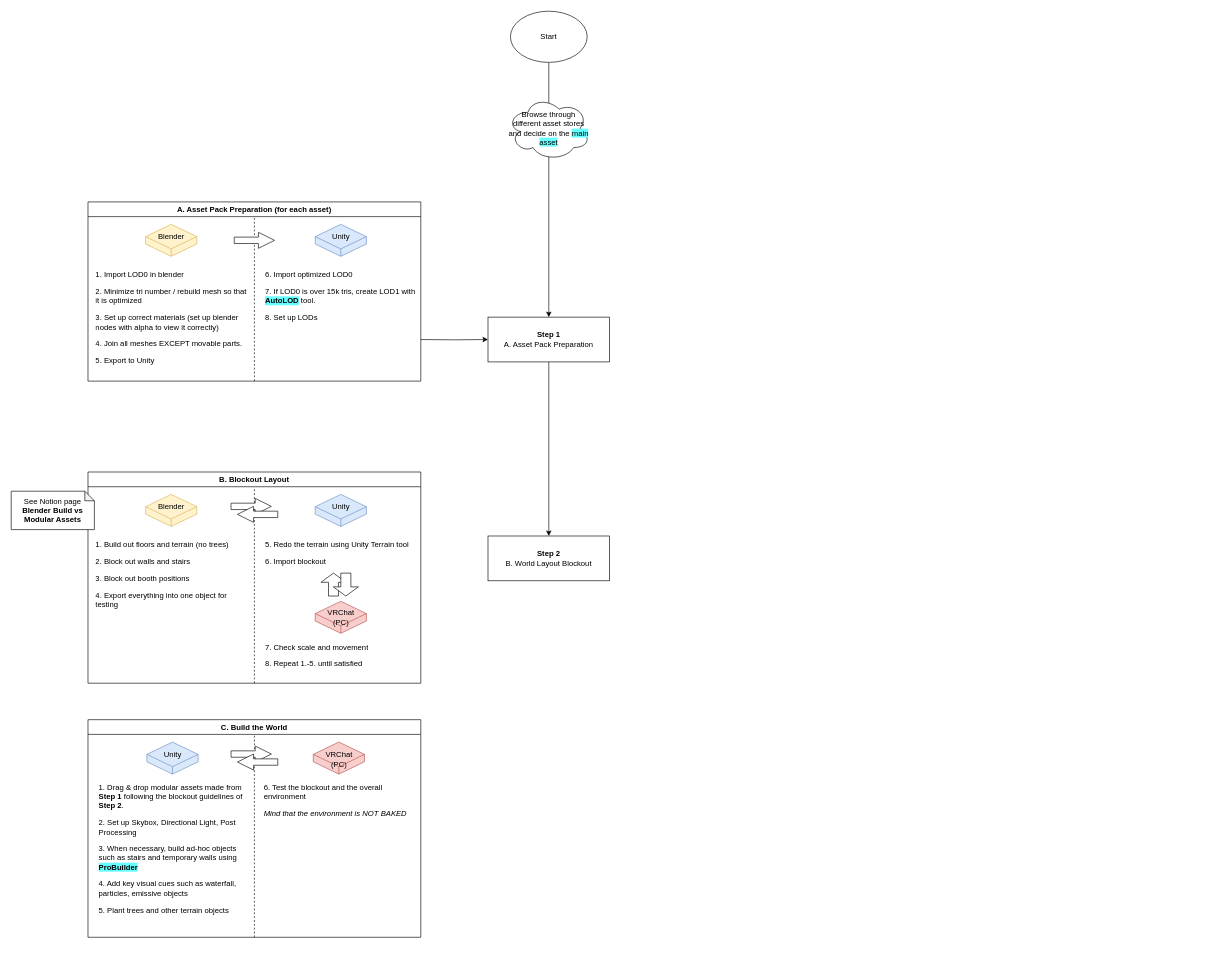
Earlier version of the draw.io diagram Avifair Workflow.drawio (Avifair/Diagram). Source tidied: cells renumbered, new cells numbered last; positions are measured from the earlier drawing's top-left corner, leaving out a move shared by most shapes. Both pictures are drawn from the tidied source at 64%, with x=0, y=0 at pixel (11, 11).
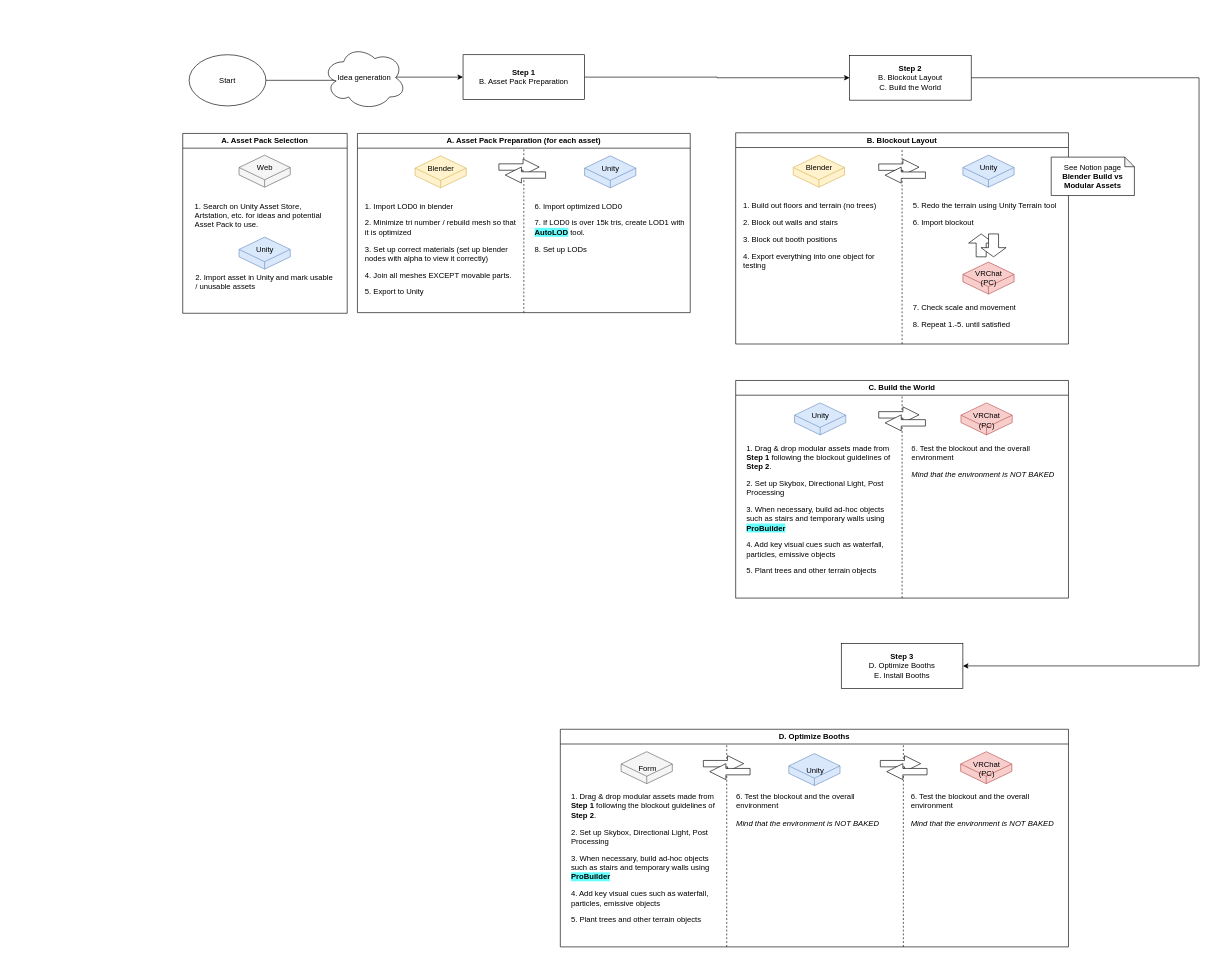
The same page after the edit.

Diff of the diagram source:
```diff
@@
-    <mxCell id="2" style="edgeStyle=orthogonalEdgeStyle;rounded=0;jettySize=auto;html=1;entryX=0.5;entryY=0;entryDx=0;entryDy=0;" parent="1" edge="1" source="3" target="5">
+    <mxCell id="2" style="edgeStyle=orthogonalEdgeStyle;rounded=0;jettySize=auto;html=1;entryX=0;entryY=0.5;entryDx=0;entryDy=0;" parent="1" edge="1" source="3" target="5">
       <mxGeometry relative="1" as="geometry" />
     </mxCell>
     <mxCell id="3" value="Start" style="ellipse;whiteSpace=wrap;html=1;" parent="1" vertex="1">
-      <mxGeometry x="780" width="120" height="80" as="geometry" />
+      <mxGeometry x="278" y="68" width="120" height="80" as="geometry" />
     </mxCell>
-    <mxCell id="4" style="edgeStyle=orthogonalEdgeStyle;rounded=0;jettySize=auto;html=1;" parent="1" edge="1" source="5" target="7">
+    <mxCell id="4" style="edgeStyle=orthogonalEdgeStyle;rounded=0;jettySize=auto;html=1;exitX=1;exitY=0.5;exitDx=0;exitDy=0;entryX=0;entryY=0.5;entryDx=0;entryDy=0;" parent="1" edge="1" source="5" target="7">
       <mxGeometry relative="1" as="geometry" />
     </mxCell>
-    <mxCell id="5" value="&lt;b&gt;Step 1&lt;/b&gt;&lt;div&gt;A. Asset Pack Preparation&lt;/div&gt;" style="whiteSpace=wrap;html=1;" parent="1" vertex="1">
-      <mxGeometry x="745" y="478" width="190" height="70" as="geometry" />
+    <mxCell id="5" value="&lt;b&gt;Step 1&lt;/b&gt;&lt;div&gt;B. Asset Pack Preparation&lt;/div&gt;" style="whiteSpace=wrap;html=1;" parent="1" vertex="1">
+      <mxGeometry x="706" y="68" width="190" height="70" as="geometry" />
     </mxCell>
-    <mxCell id="6" value="&lt;font style=&quot;font-size: 12px;&quot;&gt;Browse through different asset stores and decide on the &lt;span style=&quot;background-color: rgb(102, 255, 255);&quot;&gt;main asset&lt;/span&gt;&lt;/font&gt;" style="ellipse;shape=cloud;whiteSpace=wrap;html=1;" parent="1" vertex="1">
-      <mxGeometry x="775" y="133" width="130" height="100" as="geometry" />
-    </mxCell>
+    <mxCell id="51" style="edgeStyle=orthogonalEdgeStyle;rounded=0;jettySize=auto;html=1;exitX=1;exitY=0.5;exitDx=0;exitDy=0;entryX=1;entryY=0.5;entryDx=0;entryDy=0;" parent="1" edge="1" source="7" target="55">
+      <mxGeometry relative="1" as="geometry">
+        <Array as="points">
+          <mxPoint x="1856" y="104" />
+          <mxPoint x="1856" y="1023" />
+        </Array>
+      </mxGeometry>
+    </mxCell>
-    <mxCell id="7" value="&lt;b&gt;Step 2&lt;/b&gt;&lt;div&gt;B. World Layout Blockout&lt;/div&gt;" style="whiteSpace=wrap;html=1;" parent="1" vertex="1">
-      <mxGeometry x="745" y="820" width="190" height="70" as="geometry" />
+    <mxCell id="7" value="&lt;b&gt;Step 2&lt;/b&gt;&lt;div&gt;B. Blockout Layout&lt;/div&gt;&lt;div&gt;C. Build the World&lt;/div&gt;" style="whiteSpace=wrap;html=1;" parent="1" vertex="1">
+      <mxGeometry x="1310" y="69" width="190" height="70" as="geometry" />
     </mxCell>
-    <mxCell id="8" style="edgeStyle=orthogonalEdgeStyle;rounded=0;jettySize=auto;html=1;entryX=0;entryY=0.5;entryDx=0;entryDy=0;" parent="1" edge="1" target="5">
-      <mxGeometry relative="1" as="geometry">
-        <mxPoint x="640" y="513" as="sourcePoint" />
-      </mxGeometry>
-    </mxCell>
     <mxCell id="9" value="A. Asset Pack Preparation (for each asset)" style="swimlane;whiteSpace=wrap;html=1;fillColor=default;" parent="1" vertex="1">
-      <mxGeometry x="120" y="298" width="520" height="280" as="geometry" />
+      <mxGeometry x="541" y="191" width="520" height="280" as="geometry" />
     </mxCell>
@@
-    <mxCell id="13" style="shape=singleArrow;whiteSpace=wrap;html=1;arrowWidth=0.4;arrowSize=0.4;" parent="9" vertex="1">
-      <mxGeometry x="228.5" y="47.5" width="63" height="25" as="geometry" />
-    </mxCell>
@@
+    <mxCell id="52" style="group;" parent="9" vertex="1">
+      <mxGeometry x="221" y="40" width="73" height="37.5" as="geometry" />
+    </mxCell>
+    <mxCell id="53" style="shape=singleArrow;whiteSpace=wrap;html=1;arrowWidth=0.4;arrowSize=0.4;" parent="52" vertex="1">
+      <mxGeometry width="63" height="25" as="geometry" />
+    </mxCell>
+    <mxCell id="54" style="shape=singleArrow;whiteSpace=wrap;html=1;arrowWidth=0.4;arrowSize=0.4;rotation=-180;" parent="52" vertex="1">
+      <mxGeometry x="10" y="12.5" width="63" height="25" as="geometry" />
+    </mxCell>
     <mxCell id="18" value="B. Blockout Layout" style="swimlane;whiteSpace=wrap;html=1;fillColor=default;" parent="1" vertex="1">
-      <mxGeometry x="120" y="720" width="520" height="330" as="geometry" />
+      <mxGeometry x="1132" y="190" width="520" height="330" as="geometry" />
     </mxCell>
@@
     <mxCell id="37" value="See Notion page&lt;div&gt;&lt;b&gt;Blender Build vs Modular Assets&lt;/b&gt;&lt;/div&gt;" style="shape=note;whiteSpace=wrap;html=1;backgroundOutline=1;darkOpacity=0.05;size=15;" parent="1" vertex="1">
-      <mxGeometry y="750" width="130" height="60" as="geometry" />
+      <mxGeometry x="1625" y="228" width="130" height="60" as="geometry" />
     </mxCell>
     <mxCell id="38" value="C. Build the World" style="swimlane;whiteSpace=wrap;html=1;fillColor=default;startSize=23;" parent="1" vertex="1">
-      <mxGeometry x="120" y="1107" width="520" height="340" as="geometry" />
+      <mxGeometry x="1132" y="577" width="520" height="340" as="geometry" />
     </mxCell>
@@
+    <mxCell id="55" value="&lt;b&gt;Step 3&lt;/b&gt;&lt;div&gt;D. Optimize Booths&lt;/div&gt;&lt;div&gt;E. Install Booths&lt;/div&gt;" style="whiteSpace=wrap;html=1;" parent="1" vertex="1">
+      <mxGeometry x="1297" y="988" width="190" height="70" as="geometry" />
+    </mxCell>
+    <mxCell id="6" value="Idea generation" style="ellipse;shape=cloud;whiteSpace=wrap;html=1;" parent="1" vertex="1">
+      <mxGeometry x="487" y="54" width="130" height="100" as="geometry" />
+    </mxCell>
+    <mxCell id="56" value="D. Optimize Booths" style="swimlane;whiteSpace=wrap;html=1;fillColor=default;startSize=23;" parent="1" vertex="1">
+      <mxGeometry x="858" y="1122" width="794" height="340" as="geometry" />
+    </mxCell>
+    <mxCell id="57" style="endArrow=none;dashed=1;html=1;rounded=0;" parent="56" edge="1">
+      <mxGeometry relative="1" as="geometry">
+        <mxPoint x="260" y="340" as="sourcePoint" />
+        <mxPoint x="260" y="23" as="targetPoint" />
+      </mxGeometry>
+    </mxCell>
+    <mxCell id="58" style="group;" parent="56" vertex="1">
+      <mxGeometry x="223.5" y="41.2" width="73" height="37.5" as="geometry" />
+    </mxCell>
+    <mxCell id="59" style="shape=singleArrow;whiteSpace=wrap;html=1;arrowWidth=0.4;arrowSize=0.4;" parent="58" vertex="1">
+      <mxGeometry width="63" height="25" as="geometry" />
+    </mxCell>
+    <mxCell id="60" style="shape=singleArrow;whiteSpace=wrap;html=1;arrowWidth=0.4;arrowSize=0.4;rotation=-180;" parent="58" vertex="1">
+      <mxGeometry x="10" y="12.5" width="63" height="25" as="geometry" />
+    </mxCell>
+    <mxCell id="61" value="&lt;p style=&quot;margin-top: 0px;&quot;&gt;1. Drag &amp;amp; drop modular assets made from &lt;b&gt;Step 1 &lt;/b&gt;following the blockout guidelines of &lt;b&gt;Step 2&lt;/b&gt;.&lt;/p&gt;&lt;p style=&quot;margin-top: 0px;&quot;&gt;2. Set up Skybox, Directional Light, Post Processing&lt;/p&gt;&lt;p style=&quot;margin-top: 0px;&quot;&gt;3. When necessary, build ad-hoc objects such as stairs and temporary walls using &lt;b style=&quot;background-color: rgb(102, 255, 255);&quot;&gt;ProBuilder&lt;/b&gt;&lt;/p&gt;&lt;p style=&quot;margin-top: 0px;&quot;&gt;4. Add key visual cues such as waterfall, particles, emissive objects&lt;/p&gt;&lt;p style=&quot;margin-top: 0px;&quot;&gt;5. Plant trees and other terrain objects&lt;/p&gt;" style="text;html=1;whiteSpace=wrap;overflow=hidden;rounded=0;" parent="56" vertex="1">
+      <mxGeometry x="15" y="92" width="240" height="222" as="geometry" />
+    </mxCell>
+    <mxCell id="62" value="&lt;p style=&quot;margin-top: 0px;&quot;&gt;6. Test the blockout and the overall environment&lt;/p&gt;&lt;p style=&quot;margin-top: 0px;&quot;&gt;&lt;i&gt;Mind that the environment is NOT BAKED&lt;/i&gt;&lt;/p&gt;&lt;p style=&quot;margin-top: 0px;&quot;&gt;&lt;i&gt;&lt;br&gt;&lt;/i&gt;&lt;/p&gt;" style="text;html=1;whiteSpace=wrap;overflow=hidden;rounded=0;" parent="56" vertex="1">
+      <mxGeometry x="272.5" y="92" width="240" height="229" as="geometry" />
+    </mxCell>
+    <mxCell id="63" style="endArrow=none;dashed=1;html=1;rounded=0;" parent="56" edge="1">
+      <mxGeometry relative="1" as="geometry">
+        <mxPoint x="536" y="340" as="sourcePoint" />
+        <mxPoint x="536" y="23" as="targetPoint" />
+      </mxGeometry>
+    </mxCell>
+    <mxCell id="64" style="group;" parent="56" vertex="1">
+      <mxGeometry x="625.5" y="35" width="80" height="50" as="geometry" />
+    </mxCell>
+    <mxCell id="65" style="html=1;whiteSpace=wrap;shape=isoCube2;backgroundOutline=1;isoAngle=15;fillColor=#f8cecc;strokeColor=#b85450;" parent="64" vertex="1">
+      <mxGeometry width="80" height="50" as="geometry" />
+    </mxCell>
+    <mxCell id="66" value="VRChat&lt;div&gt;(PC)&lt;/div&gt;" style="text;html=1;align=center;verticalAlign=middle;strokeColor=none;fillColor=none;" parent="64" vertex="1">
+      <mxGeometry x="10" y="6" width="60" height="41" as="geometry" />
+    </mxCell>
+    <mxCell id="67" value="&lt;p style=&quot;margin-top: 0px;&quot;&gt;6. Test the blockout and the overall environment&lt;/p&gt;&lt;p style=&quot;margin-top: 0px;&quot;&gt;&lt;i&gt;Mind that the environment is NOT BAKED&lt;/i&gt;&lt;/p&gt;&lt;p style=&quot;margin-top: 0px;&quot;&gt;&lt;i&gt;&lt;br&gt;&lt;/i&gt;&lt;/p&gt;" style="text;html=1;whiteSpace=wrap;overflow=hidden;rounded=0;" parent="56" vertex="1">
+      <mxGeometry x="546" y="92" width="240" height="229" as="geometry" />
+    </mxCell>
+    <mxCell id="68" style="group;" parent="56" vertex="1">
+      <mxGeometry x="500" y="41.2" width="73" height="37.5" as="geometry" />
+    </mxCell>
+    <mxCell id="69" style="shape=singleArrow;whiteSpace=wrap;html=1;arrowWidth=0.4;arrowSize=0.4;" parent="68" vertex="1">
+      <mxGeometry width="63" height="25" as="geometry" />
+    </mxCell>
+    <mxCell id="70" style="shape=singleArrow;whiteSpace=wrap;html=1;arrowWidth=0.4;arrowSize=0.4;rotation=-180;" parent="68" vertex="1">
+      <mxGeometry x="10" y="12.5" width="63" height="25" as="geometry" />
+    </mxCell>
+    <mxCell id="71" style="group;" parent="56" vertex="1">
+      <mxGeometry x="357" y="38" width="80" height="52" as="geometry" />
+    </mxCell>
+    <mxCell id="72" style="html=1;whiteSpace=wrap;shape=isoCube2;backgroundOutline=1;isoAngle=15;fillColor=#dae8fc;strokeColor=#6c8ebf;" parent="71" vertex="1">
+      <mxGeometry width="80" height="50" as="geometry" />
+    </mxCell>
+    <mxCell id="73" value="Unity" style="text;html=1;align=center;verticalAlign=middle;strokeColor=none;fillColor=none;" parent="71" vertex="1">
+      <mxGeometry x="18" y="14" width="45" height="26" as="geometry" />
+    </mxCell>
+    <mxCell id="74" style="group;" parent="56" vertex="1">
+      <mxGeometry x="95" y="35" width="80" height="50" as="geometry" />
+    </mxCell>
+    <mxCell id="75" style="html=1;whiteSpace=wrap;shape=isoCube2;backgroundOutline=1;isoAngle=15;fillColor=#f5f5f5;strokeColor=#666666;fontColor=#333333;" parent="74" vertex="1">
+      <mxGeometry width="80" height="50" as="geometry" />
+    </mxCell>
+    <mxCell id="76" value="Form" style="text;html=1;align=center;verticalAlign=middle;strokeColor=none;fillColor=none;" parent="74" vertex="1">
+      <mxGeometry x="18" y="14" width="46" height="26" as="geometry" />
+    </mxCell>
+    <mxCell id="77" value="A. Asset Pack Selection" style="swimlane;whiteSpace=wrap;html=1;" parent="1" vertex="1">
+      <mxGeometry x="268" y="191" width="257" height="281" as="geometry" />
+    </mxCell>
+    <mxCell id="78" style="html=1;whiteSpace=wrap;shape=isoCube2;backgroundOutline=1;isoAngle=15;fillColor=#f5f5f5;strokeColor=#666666;fontColor=#333333;" parent="77" vertex="1">
+      <mxGeometry x="88" y="34" width="80" height="50" as="geometry" />
+    </mxCell>
+    <mxCell id="79" value="Web" style="text;html=1;align=center;verticalAlign=middle;strokeColor=none;fillColor=none;" parent="77" vertex="1">
+      <mxGeometry x="107" y="41" width="42" height="26" as="geometry" />
+    </mxCell>
+    <mxCell id="80" value="&lt;p style=&quot;margin-top: 0px;&quot;&gt;1. Search on Unity Asset Store, Artstation, etc. for ideas and potential Asset Pack to use.&lt;/p&gt;" style="text;html=1;whiteSpace=wrap;overflow=hidden;rounded=0;" parent="77" vertex="1">
+      <mxGeometry x="17" y="100" width="222" height="57" as="geometry" />
+    </mxCell>
+    <mxCell id="81" style="html=1;whiteSpace=wrap;shape=isoCube2;backgroundOutline=1;isoAngle=15;fillColor=#dae8fc;strokeColor=#6c8ebf;" parent="77" vertex="1">
+      <mxGeometry x="88" y="162" width="80" height="50" as="geometry" />
+    </mxCell>
+    <mxCell id="82" value="Unity" style="text;html=1;align=center;verticalAlign=middle;strokeColor=none;fillColor=none;" parent="77" vertex="1">
+      <mxGeometry x="103" y="167" width="50" height="30" as="geometry" />
+    </mxCell>
+    <mxCell id="83" value="&lt;p style=&quot;margin-top: 0px;&quot;&gt;2. Import asset in Unity and mark usable / unusable assets&lt;/p&gt;" style="text;html=1;whiteSpace=wrap;overflow=hidden;rounded=0;" parent="77" vertex="1">
+      <mxGeometry x="17.5" y="212" width="222" height="57" as="geometry" />
+    </mxCell>
```
